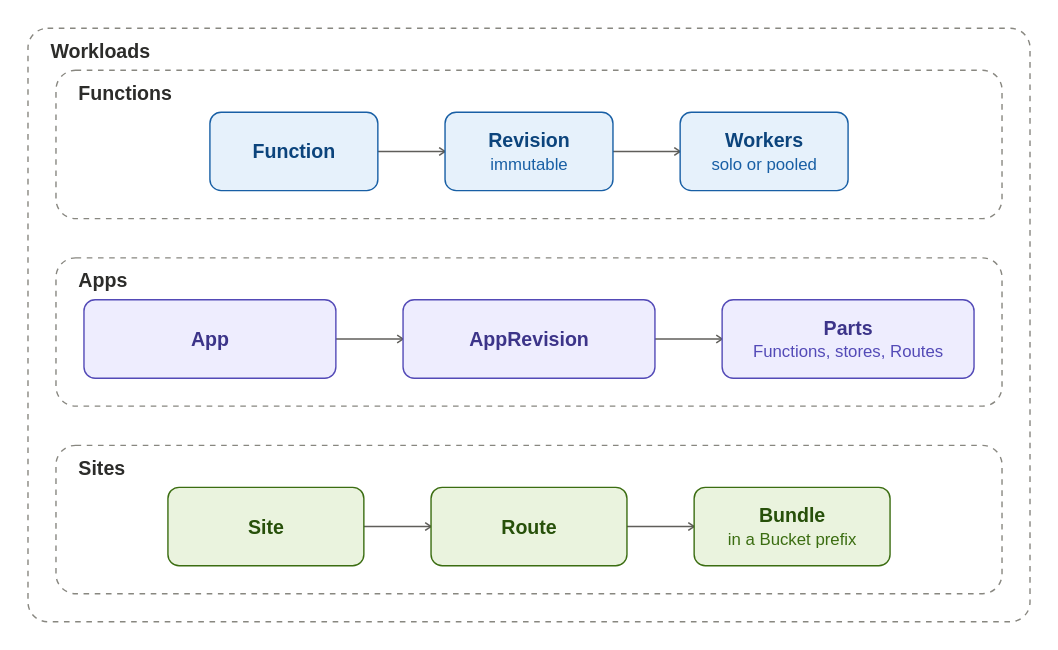
The draw.io diagram docs/guide/assets/workloads.drawio.svg in pyvvo/funcd, before a commit. Source tidied: cells renumbered, new cells last; positions are measured from the earlier drawing's top-left corner, leaving out a move shared by most shapes.
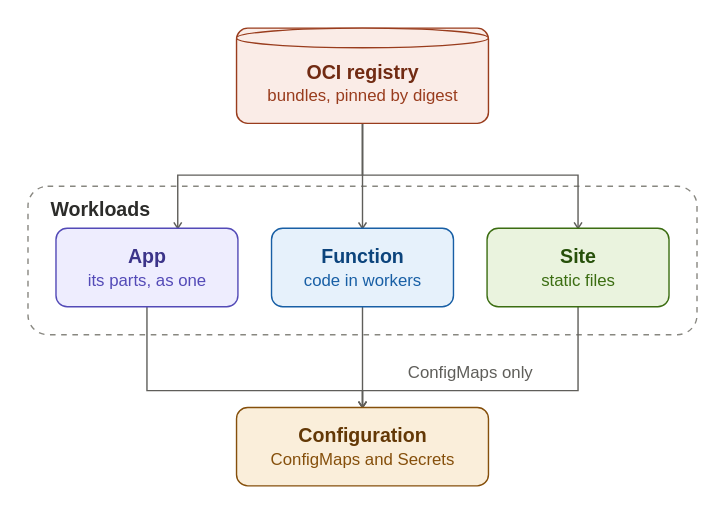
The same file after the commit.

Commit message:
docs(guide): the Workloads overview summarizes each of its pages around one compact diagram

The Workloads page opens with a smaller diagram: an App, a Function and a Site take their code and files from bundles
in an OCI registry, pinned by digest, and rely on their configuration, ConfigMaps and Secrets, or only ConfigMaps for
a Site. A short section for each child page follows, Function, App, Site, Artifacts, Runtime and Configuration, each
linking its page. The Runtime page names python314, the Python runtime that funcd ships, instead of python312.

What changed in the source:
```diff
@@ -2,62 +2,62 @@
   <root>
     <mxCell id="0" />
     <mxCell id="1" parent="0" />
-    <mxCell id="2" value="Workloads" style="rounded=1;absoluteArcSize=1;arcSize=28;dashed=1;fillColor=none;strokeColor=#888780;fontStyle=1;fontSize=14;fontColor=#2C2C2A;align=left;verticalAlign=top;spacingLeft=10;spacingTop=2;html=1;" parent="1" vertex="1">
-      <mxGeometry width="716" height="424" as="geometry" />
+    <mxCell id="2" value="&lt;b&gt;OCI registry&lt;/b&gt;&lt;br&gt;&lt;font style=&quot;font-size:12px&quot; color=&quot;#993C1D&quot;&gt;bundles, pinned by digest&lt;/font&gt;" style="shape=cylinder3;boundedLbl=1;size=8;whiteSpace=wrap;html=1;fillColor=#FAECE7;strokeColor=#993C1D;fontColor=#712B13;fontSize=14;" parent="1" vertex="1">
+      <mxGeometry width="180" height="68" as="geometry" />
     </mxCell>
-    <mxCell id="3" value="Functions" style="rounded=1;absoluteArcSize=1;arcSize=28;dashed=1;fillColor=none;strokeColor=#888780;fontStyle=1;fontSize=14;fontColor=#2C2C2A;align=left;verticalAlign=top;spacingLeft=10;spacingTop=2;html=1;" parent="2" vertex="1">
-      <mxGeometry x="20" y="30" width="676" height="106" as="geometry" />
+    <mxCell id="3" value="Workloads" style="rounded=1;absoluteArcSize=1;arcSize=28;dashed=1;fillColor=none;strokeColor=#888780;fontStyle=1;fontSize=14;fontColor=#2C2C2A;align=left;verticalAlign=top;spacingLeft=10;spacingTop=2;html=1;" parent="1" vertex="1">
+      <mxGeometry x="-149" y="113" width="478" height="106" as="geometry" />
     </mxCell>
-    <mxCell id="4" value="&lt;b&gt;Function&lt;/b&gt;" style="rounded=1;absoluteArcSize=1;arcSize=16;whiteSpace=wrap;html=1;fillColor=#E6F1FB;strokeColor=#185FA5;fontColor=#0C447C;fontSize=14;" parent="3" vertex="1">
-      <mxGeometry x="110" y="30" width="120" height="56" as="geometry" />
+    <mxCell id="4" value="&lt;b&gt;App&lt;/b&gt;&lt;br&gt;&lt;font style=&quot;font-size:12px&quot; color=&quot;#534AB7&quot;&gt;its parts, as one&lt;/font&gt;" style="rounded=1;absoluteArcSize=1;arcSize=16;whiteSpace=wrap;html=1;fillColor=#EEEDFE;strokeColor=#534AB7;fontColor=#3C3489;fontSize=14;" parent="3" vertex="1">
+      <mxGeometry x="20" y="30" width="130" height="56" as="geometry" />
     </mxCell>
-    <mxCell id="5" value="&lt;b&gt;Revision&lt;/b&gt;&lt;br&gt;&lt;font style=&quot;font-size:12px&quot; color=&quot;#185FA5&quot;&gt;immutable&lt;/font&gt;" style="rounded=1;absoluteArcSize=1;arcSize=16;whiteSpace=wrap;html=1;fillColor=#E6F1FB;strokeColor=#185FA5;fontColor=#0C447C;fontSize=14;" parent="3" vertex="1">
-      <mxGeometry x="278" y="30" width="120" height="56" as="geometry" />
+    <mxCell id="5" value="&lt;b&gt;Function&lt;/b&gt;&lt;br&gt;&lt;font style=&quot;font-size:12px&quot; color=&quot;#185FA5&quot;&gt;code in workers&lt;/font&gt;" style="rounded=1;absoluteArcSize=1;arcSize=16;whiteSpace=wrap;html=1;fillColor=#E6F1FB;strokeColor=#185FA5;fontColor=#0C447C;fontSize=14;" parent="3" vertex="1">
+      <mxGeometry x="174" y="30" width="130" height="56" as="geometry" />
     </mxCell>
-    <mxCell id="6" value="&lt;b&gt;Workers&lt;/b&gt;&lt;br&gt;&lt;font style=&quot;font-size:12px&quot; color=&quot;#185FA5&quot;&gt;solo or pooled&lt;/font&gt;" style="rounded=1;absoluteArcSize=1;arcSize=16;whiteSpace=wrap;html=1;fillColor=#E6F1FB;strokeColor=#185FA5;fontColor=#0C447C;fontSize=14;" parent="3" vertex="1">
-      <mxGeometry x="446" y="30" width="120" height="56" as="geometry" />
+    <mxCell id="6" value="&lt;b&gt;Site&lt;/b&gt;&lt;br&gt;&lt;font style=&quot;font-size:12px&quot; color=&quot;#3B6D11&quot;&gt;static files&lt;/font&gt;" style="rounded=1;absoluteArcSize=1;arcSize=16;whiteSpace=wrap;html=1;fillColor=#EAF3DE;strokeColor=#3B6D11;fontColor=#27500A;fontSize=14;" parent="3" vertex="1">
+      <mxGeometry x="328" y="30" width="130" height="56" as="geometry" />
     </mxCell>
-    <mxCell id="7" value="Apps" style="rounded=1;absoluteArcSize=1;arcSize=28;dashed=1;fillColor=none;strokeColor=#888780;fontStyle=1;fontSize=14;fontColor=#2C2C2A;align=left;verticalAlign=top;spacingLeft=10;spacingTop=2;html=1;" parent="2" vertex="1">
-      <mxGeometry x="20" y="164" width="676" height="106" as="geometry" />
+    <mxCell id="7" value="&lt;b&gt;Configuration&lt;/b&gt;&lt;br&gt;&lt;font style=&quot;font-size:12px&quot; color=&quot;#854F0B&quot;&gt;ConfigMaps and Secrets&lt;/font&gt;" style="rounded=1;absoluteArcSize=1;arcSize=16;whiteSpace=wrap;html=1;fillColor=#FAEEDA;strokeColor=#854F0B;fontColor=#633806;fontSize=14;" parent="1" vertex="1">
+      <mxGeometry y="271" width="180" height="56" as="geometry" />
     </mxCell>
-    <mxCell id="8" value="&lt;b&gt;App&lt;/b&gt;" style="rounded=1;absoluteArcSize=1;arcSize=16;whiteSpace=wrap;html=1;fillColor=#EEEDFE;strokeColor=#534AB7;fontColor=#3C3489;fontSize=14;" parent="7" vertex="1">
-      <mxGeometry x="20" y="30" width="180" height="56" as="geometry" />
-    </mxCell>
-    <mxCell id="9" value="&lt;b&gt;AppRevision&lt;/b&gt;" style="rounded=1;absoluteArcSize=1;arcSize=16;whiteSpace=wrap;html=1;fillColor=#EEEDFE;strokeColor=#534AB7;fontColor=#3C3489;fontSize=14;" parent="7" vertex="1">
-      <mxGeometry x="248" y="30" width="180" height="56" as="geometry" />
-    </mxCell>
-    <mxCell id="10" value="&lt;b&gt;Parts&lt;/b&gt;&lt;br&gt;&lt;font style=&quot;font-size:12px&quot; color=&quot;#534AB7&quot;&gt;Functions, stores, Routes&lt;/font&gt;" style="rounded=1;absoluteArcSize=1;arcSize=16;whiteSpace=wrap;html=1;fillColor=#EEEDFE;strokeColor=#534AB7;fontColor=#3C3489;fontSize=14;" parent="7" vertex="1">
-      <mxGeometry x="476" y="30" width="180" height="56" as="geometry" />
-    </mxCell>
-    <mxCell id="11" value="Sites" style="rounded=1;absoluteArcSize=1;arcSize=28;dashed=1;fillColor=none;strokeColor=#888780;fontStyle=1;fontSize=14;fontColor=#2C2C2A;align=left;verticalAlign=top;spacingLeft=10;spacingTop=2;html=1;" parent="2" vertex="1">
-      <mxGeometry x="20" y="298" width="676" height="106" as="geometry" />
-    </mxCell>
-    <mxCell id="12" value="&lt;b&gt;Site&lt;/b&gt;" style="rounded=1;absoluteArcSize=1;arcSize=16;whiteSpace=wrap;html=1;fillColor=#EAF3DE;strokeColor=#3B6D11;fontColor=#27500A;fontSize=14;" parent="11" vertex="1">
-      <mxGeometry x="80" y="30" width="140" height="56" as="geometry" />
-    </mxCell>
-    <mxCell id="13" value="&lt;b&gt;Route&lt;/b&gt;" style="rounded=1;absoluteArcSize=1;arcSize=16;whiteSpace=wrap;html=1;fillColor=#EAF3DE;strokeColor=#3B6D11;fontColor=#27500A;fontSize=14;" parent="11" vertex="1">
-      <mxGeometry x="268" y="30" width="140" height="56" as="geometry" />
-    </mxCell>
-    <mxCell id="14" value="&lt;b&gt;Bundle&lt;/b&gt;&lt;br&gt;&lt;font style=&quot;font-size:12px&quot; color=&quot;#3B6D11&quot;&gt;in a Bucket prefix&lt;/font&gt;" style="rounded=1;absoluteArcSize=1;arcSize=16;whiteSpace=wrap;html=1;fillColor=#EAF3DE;strokeColor=#3B6D11;fontColor=#27500A;fontSize=14;" parent="11" vertex="1">
-      <mxGeometry x="456" y="30" width="140" height="56" as="geometry" />
-    </mxCell>
-    <mxCell id="15" style="edgeStyle=orthogonalEdgeStyle;rounded=0;html=1;jettySize=auto;strokeColor=#5F5E5A;fontColor=#5F5E5A;fontSize=12;labelBackgroundColor=#FFFFFF;endSize=7;endArrow=open;endFill=0;exitX=1;exitY=0.5;exitDx=0;exitDy=0;exitPerimeter=0;entryX=0;entryY=0.5;entryDx=0;entryDy=0;entryPerimeter=0;" parent="1" edge="1" source="4" target="5">
-      <mxGeometry relative="1" as="geometry" />
+    <mxCell id="15" style="edgeStyle=orthogonalEdgeStyle;rounded=0;html=1;jettySize=auto;strokeColor=#5F5E5A;fontColor=#5F5E5A;fontSize=12;labelBackgroundColor=#FFFFFF;endSize=7;endArrow=open;endFill=0;exitX=0.5;exitY=1;exitDx=0;exitDy=0;exitPerimeter=0;entryX=0.669;entryY=0;entryDx=0;entryDy=0;entryPerimeter=0;" parent="1" edge="1" source="2" target="4">
+      <mxGeometry relative="1" as="geometry">
+        <Array as="points">
+          <mxPoint x="90" y="105" />
+          <mxPoint x="-42" y="105" />
+        </Array>
+      </mxGeometry>
     </mxCell>
-    <mxCell id="16" style="edgeStyle=orthogonalEdgeStyle;rounded=0;html=1;jettySize=auto;strokeColor=#5F5E5A;fontColor=#5F5E5A;fontSize=12;labelBackgroundColor=#FFFFFF;endSize=7;endArrow=open;endFill=0;exitX=1;exitY=0.5;exitDx=0;exitDy=0;exitPerimeter=0;entryX=0;entryY=0.5;entryDx=0;entryDy=0;entryPerimeter=0;" parent="1" edge="1" source="5" target="6">
+    <mxCell id="16" style="edgeStyle=orthogonalEdgeStyle;rounded=0;html=1;jettySize=auto;strokeColor=#5F5E5A;fontColor=#5F5E5A;fontSize=12;labelBackgroundColor=#FFFFFF;endSize=7;endArrow=open;endFill=0;exitX=0.5;exitY=1;exitDx=0;exitDy=0;exitPerimeter=0;entryX=0.5;entryY=0;entryDx=0;entryDy=0;entryPerimeter=0;" parent="1" edge="1" source="2" target="5">
       <mxGeometry relative="1" as="geometry" />
     </mxCell>
-    <mxCell id="17" style="edgeStyle=orthogonalEdgeStyle;rounded=0;html=1;jettySize=auto;strokeColor=#5F5E5A;fontColor=#5F5E5A;fontSize=12;labelBackgroundColor=#FFFFFF;endSize=7;endArrow=open;endFill=0;exitX=1;exitY=0.5;exitDx=0;exitDy=0;exitPerimeter=0;entryX=0;entryY=0.5;entryDx=0;entryDy=0;entryPerimeter=0;" parent="1" edge="1" source="8" target="9">
-      <mxGeometry relative="1" as="geometry" />
+    <mxCell id="17" style="edgeStyle=orthogonalEdgeStyle;rounded=0;html=1;jettySize=auto;strokeColor=#5F5E5A;fontColor=#5F5E5A;fontSize=12;labelBackgroundColor=#FFFFFF;endSize=7;endArrow=open;endFill=0;exitX=0.5;exitY=1;exitDx=0;exitDy=0;exitPerimeter=0;entryX=0.5;entryY=0;entryDx=0;entryDy=0;entryPerimeter=0;" parent="1" edge="1" source="2" target="6">
+      <mxGeometry relative="1" as="geometry">
+        <Array as="points">
+          <mxPoint x="90" y="105" />
+          <mxPoint x="244" y="105" />
+        </Array>
+      </mxGeometry>
     </mxCell>
-    <mxCell id="18" style="edgeStyle=orthogonalEdgeStyle;rounded=0;html=1;jettySize=auto;strokeColor=#5F5E5A;fontColor=#5F5E5A;fontSize=12;labelBackgroundColor=#FFFFFF;endSize=7;endArrow=open;endFill=0;exitX=1;exitY=0.5;exitDx=0;exitDy=0;exitPerimeter=0;entryX=0;entryY=0.5;entryDx=0;entryDy=0;entryPerimeter=0;" parent="1" edge="1" source="9" target="10">
-      <mxGeometry relative="1" as="geometry" />
+    <mxCell id="18" style="edgeStyle=orthogonalEdgeStyle;rounded=0;html=1;jettySize=auto;strokeColor=#5F5E5A;fontColor=#5F5E5A;fontSize=12;labelBackgroundColor=#FFFFFF;endSize=7;endArrow=open;endFill=0;exitX=0.5;exitY=1;exitDx=0;exitDy=0;exitPerimeter=0;entryX=0.5;entryY=0;entryDx=0;entryDy=0;entryPerimeter=0;" parent="1" edge="1" source="4" target="7">
+      <mxGeometry relative="1" as="geometry">
+        <Array as="points">
+          <mxPoint x="-64" y="259" />
+          <mxPoint x="90" y="259" />
+        </Array>
+      </mxGeometry>
     </mxCell>
-    <mxCell id="19" style="edgeStyle=orthogonalEdgeStyle;rounded=0;html=1;jettySize=auto;strokeColor=#5F5E5A;fontColor=#5F5E5A;fontSize=12;labelBackgroundColor=#FFFFFF;endSize=7;endArrow=open;endFill=0;exitX=1;exitY=0.5;exitDx=0;exitDy=0;exitPerimeter=0;entryX=0;entryY=0.5;entryDx=0;entryDy=0;entryPerimeter=0;" parent="1" edge="1" source="12" target="13">
+    <mxCell id="19" style="edgeStyle=orthogonalEdgeStyle;rounded=0;html=1;jettySize=auto;strokeColor=#5F5E5A;fontColor=#5F5E5A;fontSize=12;labelBackgroundColor=#FFFFFF;endSize=7;endArrow=open;endFill=0;exitX=0.5;exitY=1;exitDx=0;exitDy=0;exitPerimeter=0;entryX=0.5;entryY=0;entryDx=0;entryDy=0;entryPerimeter=0;" parent="1" edge="1" source="5" target="7">
       <mxGeometry relative="1" as="geometry" />
     </mxCell>
-    <mxCell id="20" style="edgeStyle=orthogonalEdgeStyle;rounded=0;html=1;jettySize=auto;strokeColor=#5F5E5A;fontColor=#5F5E5A;fontSize=12;labelBackgroundColor=#FFFFFF;endSize=7;endArrow=open;endFill=0;exitX=1;exitY=0.5;exitDx=0;exitDy=0;exitPerimeter=0;entryX=0;entryY=0.5;entryDx=0;entryDy=0;entryPerimeter=0;" parent="1" edge="1" source="13" target="14">
-      <mxGeometry relative="1" as="geometry" />
+    <mxCell id="20" value="ConfigMaps only" style="edgeStyle=orthogonalEdgeStyle;rounded=0;html=1;jettySize=auto;strokeColor=#5F5E5A;fontColor=#5F5E5A;fontSize=12;labelBackgroundColor=#FFFFFF;endSize=7;endArrow=open;endFill=0;exitX=0.5;exitY=1;exitDx=0;exitDy=0;exitPerimeter=0;entryX=0.5;entryY=0;entryDx=0;entryDy=0;entryPerimeter=0;" parent="1" edge="1" source="6" target="7">
+      <mxGeometry x="0.21" relative="1" as="geometry">
+        <Array as="points">
+          <mxPoint x="244" y="259" />
+          <mxPoint x="90" y="259" />
+        </Array>
+        <mxPoint y="-13" as="offset" />
+      </mxGeometry>
     </mxCell>
   </root>
 </mxGraphModel>
```
